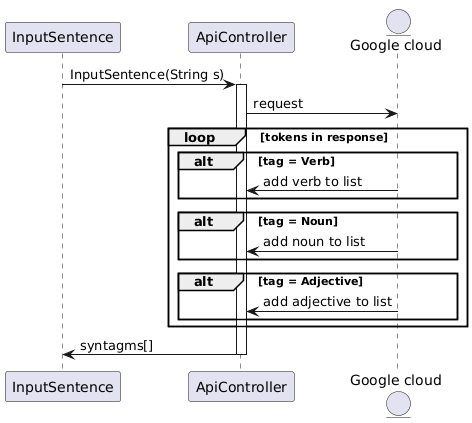
The PlantUML diagram docs/Sequence diagrams/Diagrams/InputSentence.png in 63616E617A7A61/NonSenseGenerator, before a commit.
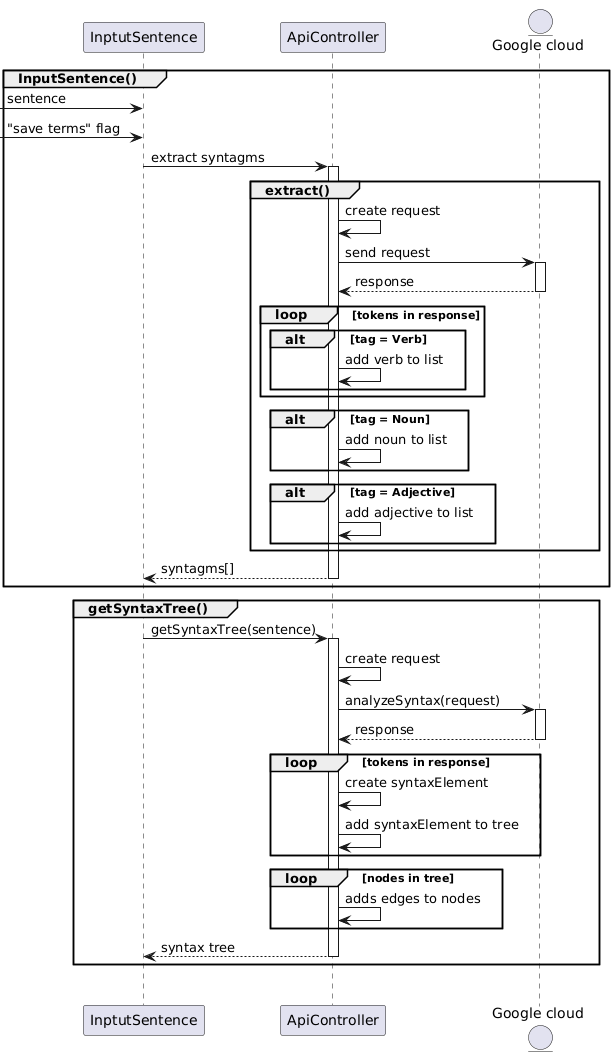
Later version of the same file.

Diff of the diagram source:
```diff
@@ -1,30 +1,66 @@
 @startuml
-participant "InputSentence" as is
+participant "InptutSentence" as is
 participant "ApiController" as ac
 entity "Google cloud" as c
 
-is -> ac : InputSentence(String s)
 
+group InputSentence()
+-> is : sentence
+-> is : "save terms" flag
+
+is -> ac : extract syntagms
+
+group extract()
 activate ac
-
-ac -> c : request
-
+ac -> ac : create request
+ac -> c : send request
+activate c
+ac <-- c : response
+deactivate c
 loop tokens in response
 
 alt tag = Verb
-ac <- c : add verb to list
+ac -> ac : add verb to list
 end
 
+end
 alt tag = Noun
-ac <- c : add noun to list
+ac -> ac : add noun to list
 end
 
 alt tag = Adjective
-ac <- c : add adjective to list
+ac -> ac : add adjective to list
 end
 
 end
-is <- ac : syntagms[]
+is <-- ac : syntagms[]
 
 deactivate ac
+end
+
+group getSyntaxTree()
+is -> ac : getSyntaxTree(sentence)
+
+activate ac
+ac -> ac : create request
+ac -> c : analyzeSyntax(request)
+activate c
+ac <-- c : response
+deactivate c
+
+loop tokens in response
+ac -> ac : create syntaxElement
+ac -> ac : add syntaxElement to tree
+end
+
+loop nodes in tree
+ac -> ac : adds edges to nodes
+end
+
+is <-- ac : syntax tree
+deactivate ac
+
+end
+
+group OutputSentence()
 @enduml
```
